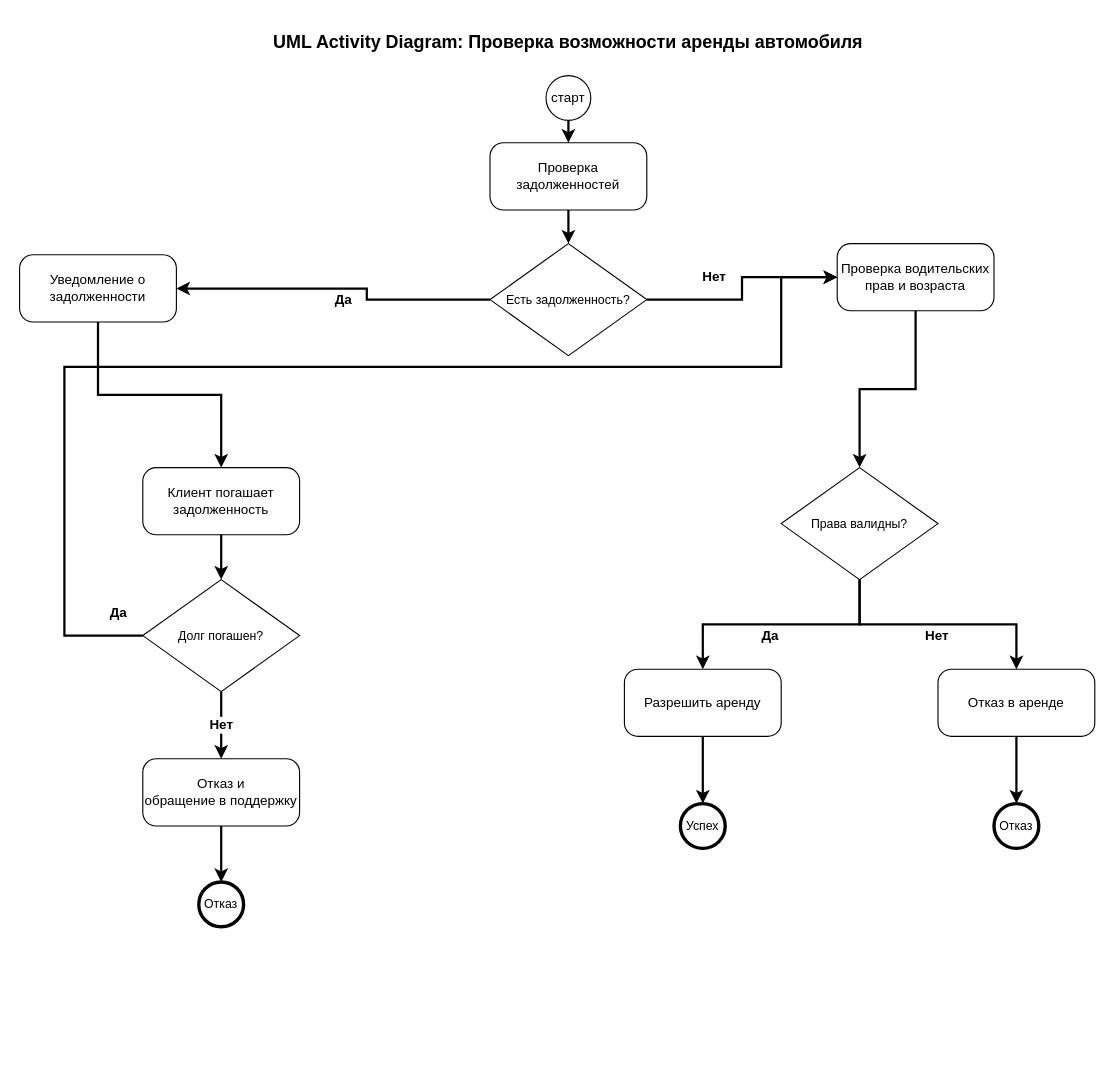
Before: lab1/diagrams/activity.drawio in michaellix/visual-programming-labs-Safonchik, a draw.io diagram. Source tidied: cells renumbered, new cells numbered last; positions are measured from the earlier drawing's top-left corner, leaving out a move shared by most shapes. Both pictures are drawn from the tidied source at 112%, with x=0, y=0 at pixel (19, 19).
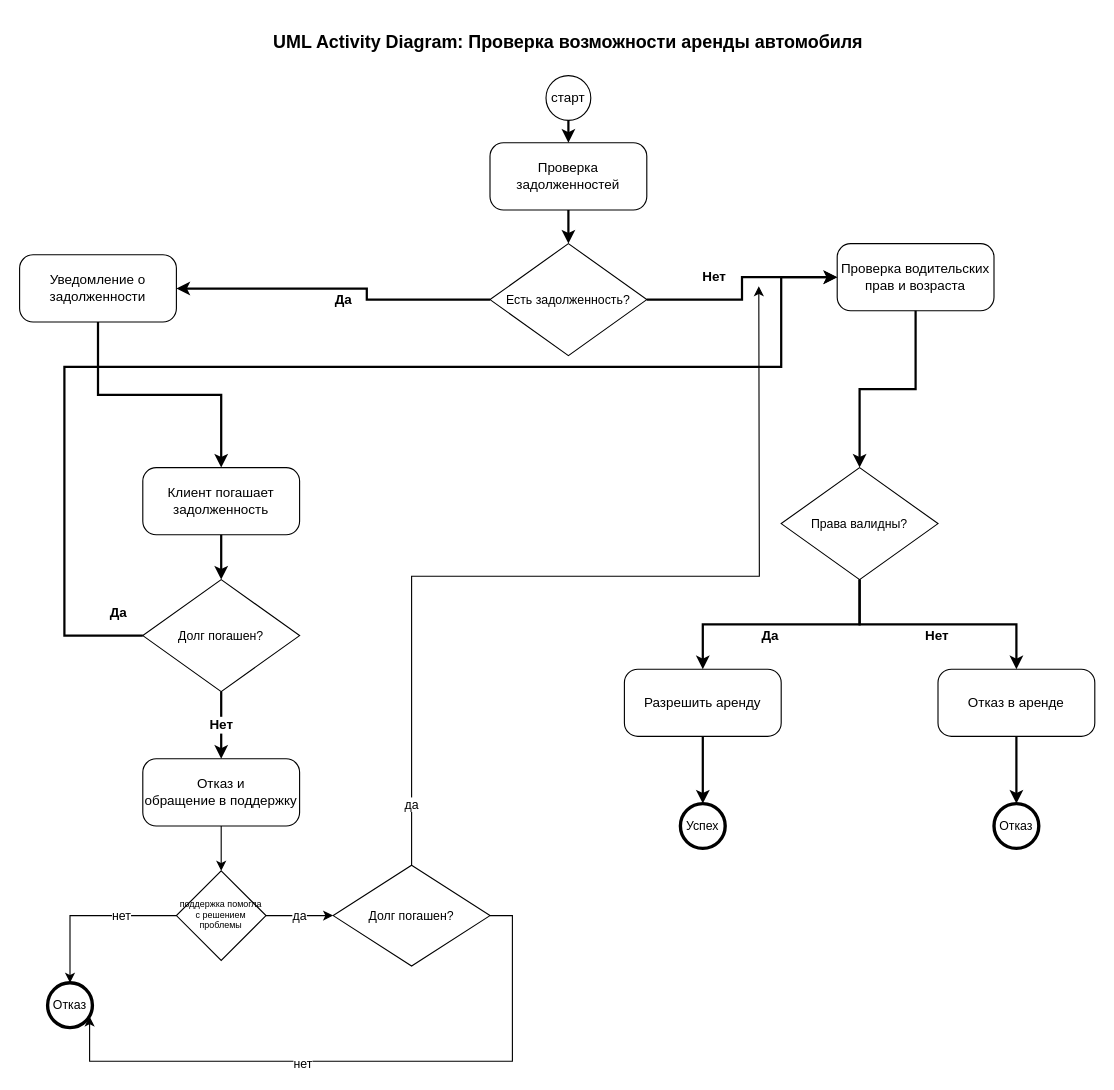
The same page after the edit.

Commit message (it also covers changes not shown here):
Update UML: add minor element

Unchanged cells that the change refers to:
```xml
<mxCell id="9" value="Отказ и&lt;br&gt;обращение в поддержку" style="rounded=1;whiteSpace=wrap;html=1;arcSize=20;fontSize=12;" parent="1" vertex="1">
  <mxGeometry x="110" y="660" width="140" height="60" as="geometry" />
</mxCell>
```

Diff of the diagram source:
```diff
@@
+    <mxCell id="34" style="edgeStyle=orthogonalEdgeStyle;rounded=0;jettySize=auto;html=1;exitX=0.5;exitY=1;exitDx=0;exitDy=0;entryX=0.5;entryY=0;entryDx=0;entryDy=0;" parent="1" edge="1" source="9" target="38">
+      <mxGeometry relative="1" as="geometry" />
+    </mxCell>
@@
     <mxCell id="10" style="ellipse;whiteSpace=wrap;html=1;fillColor=#ffffff;strokeColor=#000000;strokeWidth=3;" parent="1" vertex="1">
-      <mxGeometry x="160" y="770" width="40" height="40" as="geometry" />
+      <mxGeometry x="25" y="860" width="40" height="40" as="geometry" />
     </mxCell>
     <mxCell id="11" value="Отказ" style="text;html=1;strokeColor=none;fillColor=none;align=center;verticalAlign=middle;whiteSpace=wrap;rounded=0;fontSize=11;" parent="1" vertex="1">
-      <mxGeometry x="145" y="780" width="70" height="20" as="geometry" />
+      <mxGeometry x="10" y="870" width="70" height="20" as="geometry" />
     </mxCell>
@@
-    <mxCell id="27" style="edgeStyle=orthogonalEdgeStyle;rounded=0;html=1;endArrow=classic;endFill=1;strokeWidth=2;" parent="1" edge="1" source="9" target="10">
-      <mxGeometry relative="1" as="geometry" />
-    </mxCell>
@@
+    <mxCell id="35" style="edgeStyle=orthogonalEdgeStyle;rounded=0;jettySize=auto;html=1;exitX=0;exitY=0.5;exitDx=0;exitDy=0;entryX=0.5;entryY=0;entryDx=0;entryDy=0;" parent="1" edge="1" source="38" target="10">
+      <mxGeometry relative="1" as="geometry" />
+    </mxCell>
+    <mxCell id="36" value="нет" style="edgeLabel;html=1;align=center;verticalAlign=middle;" parent="35" vertex="1">
+      <mxGeometry x="-0.35" y="-1" relative="1" as="geometry" />
+    </mxCell>
+    <mxCell id="37" value="да" style="edgeStyle=orthogonalEdgeStyle;rounded=0;jettySize=auto;html=1;exitX=1;exitY=0.5;exitDx=0;exitDy=0;entryX=0;entryY=0.5;entryDx=0;entryDy=0;" parent="1" edge="1" source="38" target="42">
+      <mxGeometry relative="1" as="geometry" />
+    </mxCell>
+    <mxCell id="38" value="поддержка помогла с решением проблемы" style="rhombus;whiteSpace=wrap;html=1;shapeInside=1;fontSize=8;" parent="1" vertex="1">
+      <mxGeometry x="140" y="760" width="80" height="80" as="geometry" />
+    </mxCell>
+    <mxCell id="39" value="да" style="edgeStyle=orthogonalEdgeStyle;rounded=0;jettySize=auto;html=1;exitX=0.5;exitY=0;exitDx=0;exitDy=0;" parent="1" edge="1" source="42">
+      <mxGeometry x="-0.87" relative="1" as="geometry">
+        <mxPoint x="660" y="238" as="targetPoint" />
+      </mxGeometry>
+    </mxCell>
+    <mxCell id="40" style="edgeStyle=orthogonalEdgeStyle;rounded=0;jettySize=auto;html=1;exitX=1;exitY=0.5;exitDx=0;exitDy=0;entryX=0.75;entryY=1;entryDx=0;entryDy=0;" parent="1" edge="1" source="42" target="11">
+      <mxGeometry relative="1" as="geometry">
+        <Array as="points">
+          <mxPoint x="440" y="800" />
+          <mxPoint x="440" y="930" />
+          <mxPoint x="62.5" y="930" />
+        </Array>
+      </mxGeometry>
+    </mxCell>
+    <mxCell id="41" value="нет" style="edgeLabel;html=1;align=center;verticalAlign=middle;" parent="40" vertex="1">
+      <mxGeometry x="0.19" y="2" relative="1" as="geometry" />
+    </mxCell>
+    <mxCell id="42" value="Долг погашен?" style="rhombus;whiteSpace=wrap;html=1;fontSize=11;" parent="1" vertex="1">
+      <mxGeometry x="280" y="755" width="140" height="90" as="geometry" />
+    </mxCell>
```
